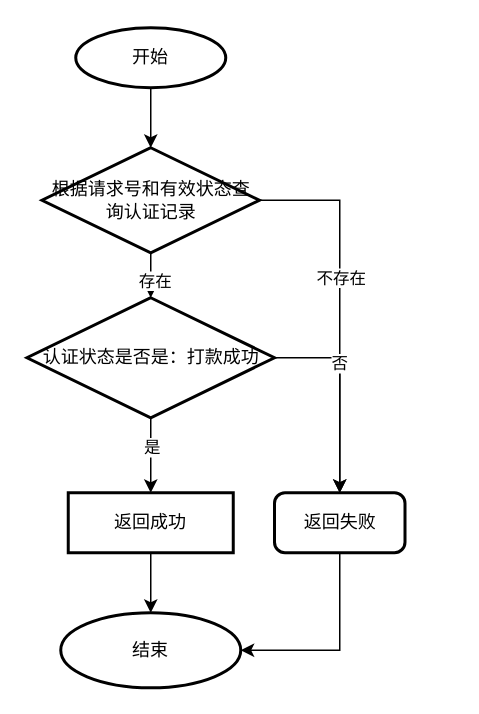
The draw.io diagram page "查询打款状态" (3 of 5) of 未命名绘图.drawio in fengyong7723131/work, before the edit. Source tidied: cells renumbered, new cells numbered last; positions are measured from the earlier drawing's top-left corner, leaving out a move shared by most shapes. Both pictures are drawn from the tidied source at 150%, with x=0, y=0 at pixel (27, 27).
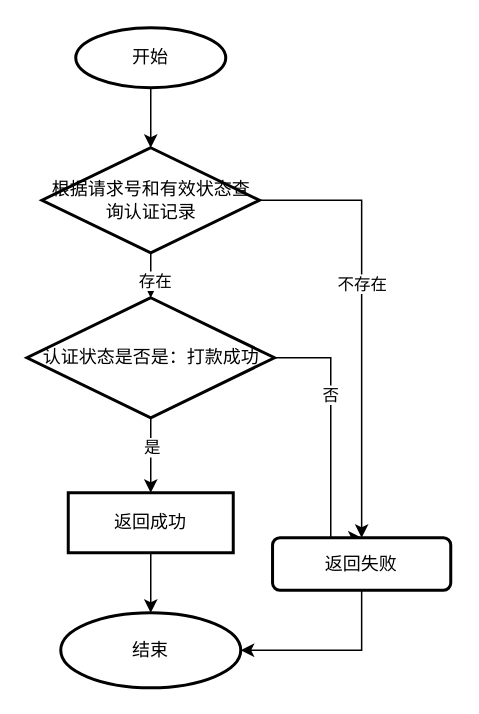
After the change.

Unchanged cells that the change refers to:
```xml
<mxCell id="13" value="认证状态是否是：打款成功" style="strokeWidth=2;html=1;shape=mxgraph.flowchart.decision;whiteSpace=wrap;" parent="1" vertex="1">
  <mxGeometry x="-0.5" y="180" width="165" height="80" as="geometry" />
</mxCell>
```

Change to the diagram source:
```diff
@@
     <mxCell id="11" style="edgeStyle=orthogonalEdgeStyle;rounded=0;jettySize=auto;html=1;exitX=1;exitY=0.5;exitDx=0;exitDy=0;exitPerimeter=0;entryX=0.5;entryY=0;entryDx=0;entryDy=0;" parent="1" edge="1" source="13" target="18">
-      <mxGeometry relative="1" as="geometry" />
+      <mxGeometry relative="1" as="geometry">
+        <Array as="points">
+          <mxPoint x="202" y="220" />
+          <mxPoint x="202" y="340" />
+        </Array>
+      </mxGeometry>
     </mxCell>
@@
-    <mxCell id="18" value="返回失败" style="rounded=1;whiteSpace=wrap;html=1;absoluteArcSize=1;arcSize=14;strokeWidth=2;" parent="1" vertex="1">
-      <mxGeometry x="164.5" y="310" width="87" height="40" as="geometry" />
+    <mxCell id="18" value="返回失败" style="whiteSpace=wrap;html=1;rounded=1;strokeWidth=2;arcSize=14;" parent="1" vertex="1">
+      <mxGeometry x="163.2" y="340" width="118.8" height="35" as="geometry" />
     </mxCell>
```
